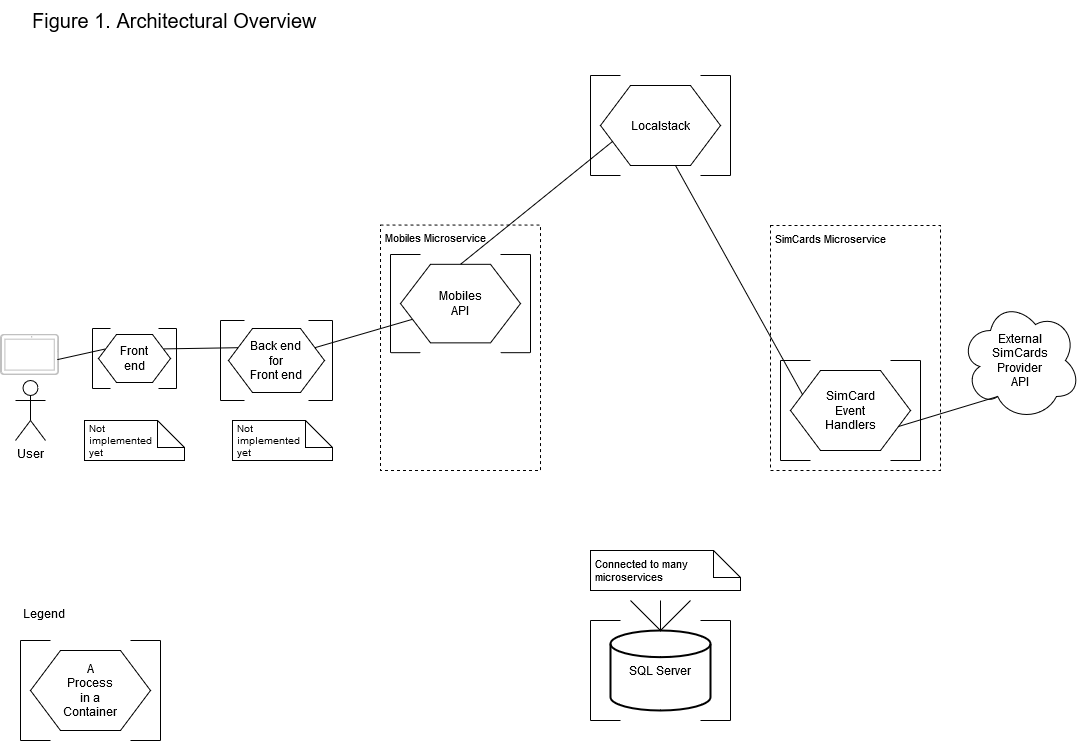
The draw.io diagram docs/MobileMsSampleDiagram1.png in JonQuxBurton/MobileMicroservicesSample, before a commit. Source tidied: cells renumbered, new cells last; positions are measured from the earlier drawing's top-left corner, leaving out a move shared by most shapes.
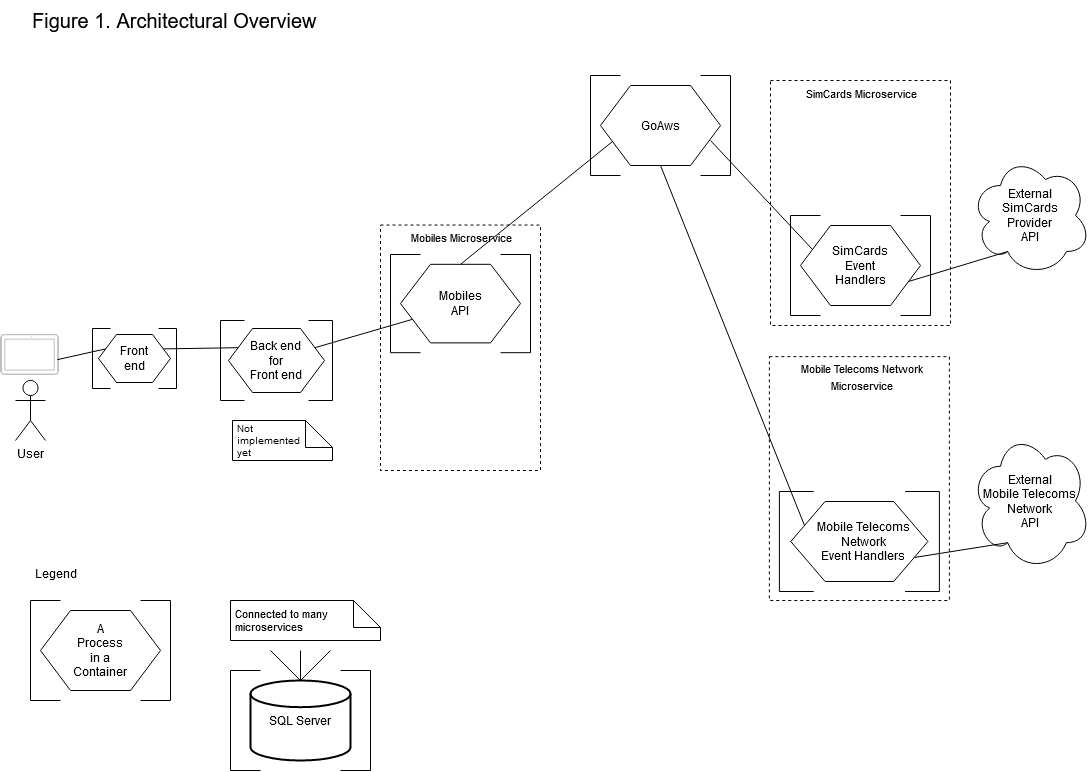
The same file after the commit.

Commit message:
Update arch diagrams

The edit, as a diff of the source:
```diff
@@ -98,7 +98,7 @@
     <mxCell id="21" value="&lt;div&gt;Mobiles&lt;/div&gt;&lt;div&gt; API&lt;/div&gt;" style="text;html=1;strokeColor=none;fillColor=none;align=center;verticalAlign=middle;whiteSpace=wrap;rounded=0;" parent="12" vertex="1">
       <mxGeometry x="50" y="34.4" width="40" height="29.5" as="geometry" />
     </mxCell>
-    <mxCell id="22" value="&lt;font style=&quot;font-size: 11px&quot;&gt;Mobiles Microservice&lt;/font&gt;" style="text;html=1;strokeColor=none;fillColor=none;align=left;verticalAlign=middle;whiteSpace=wrap;rounded=0;dashed=1;fontSize=20;spacingLeft=3;" parent="12" vertex="1">
+    <mxCell id="22" value="&lt;div align=&quot;center&quot;&gt;&lt;font style=&quot;font-size: 11px&quot;&gt;Mobiles Microservice&lt;/font&gt;&lt;/div&gt;" style="text;html=1;strokeColor=none;fillColor=none;align=center;verticalAlign=middle;whiteSpace=wrap;rounded=0;dashed=1;fontSize=20;spacingLeft=3;" parent="12" vertex="1">
       <mxGeometry x="-10" y="-29.5" width="160" height="19.6" as="geometry" />
     </mxCell>
     <mxCell id="23" style="group;" parent="1" vertex="1">
@@ -143,11 +143,11 @@
         <mxPoint x="140" as="targetPoint" />
       </mxGeometry>
     </mxCell>
-    <mxCell id="31" value="Localstack" style="text;html=1;strokeColor=none;fillColor=none;align=center;verticalAlign=middle;whiteSpace=wrap;rounded=0;" parent="23" vertex="1">
+    <mxCell id="31" value="GoAws" style="text;html=1;strokeColor=none;fillColor=none;align=center;verticalAlign=middle;whiteSpace=wrap;rounded=0;" parent="23" vertex="1">
       <mxGeometry x="50" y="35" width="40" height="30" as="geometry" />
     </mxCell>
     <mxCell id="32" style="group;" parent="1" vertex="1">
-      <mxGeometry x="20" y="640" width="140" height="100" as="geometry" />
+      <mxGeometry x="30" y="600" width="140" height="100" as="geometry" />
     </mxCell>
     <mxCell id="33" style="shape=hexagon;perimeter=hexagonPerimeter2;whiteSpace=wrap;html=1;" parent="32" vertex="1">
       <mxGeometry x="10" y="10" width="120" height="80" as="geometry" />
@@ -192,16 +192,16 @@
       <mxGeometry x="50" y="35" width="40" height="30" as="geometry" />
     </mxCell>
     <mxCell id="41" style="group;fontSize=11;" parent="1" vertex="1">
-      <mxGeometry x="780" y="254" width="160" height="216" as="geometry" />
+      <mxGeometry x="780" y="109" width="170" height="216" as="geometry" />
     </mxCell>
     <mxCell id="42" style="rounded=0;whiteSpace=wrap;html=1;fontSize=20;align=left;dashed=1;" parent="41" vertex="1">
-      <mxGeometry x="-10" y="-29" width="170" height="245" as="geometry" />
+      <mxGeometry x="-10" y="-29" width="180" height="245" as="geometry" />
     </mxCell>
-    <mxCell id="43" value="&lt;font style=&quot;font-size: 11px&quot;&gt;SimCards Microservice&lt;/font&gt;" style="text;html=1;strokeColor=none;fillColor=none;align=left;verticalAlign=middle;whiteSpace=wrap;rounded=0;dashed=1;fontSize=20;spacingLeft=3;" parent="41" vertex="1">
-      <mxGeometry x="-10" y="-29" width="170" height="20" as="geometry" />
+    <mxCell id="43" value="&lt;div align=&quot;center&quot;&gt;&lt;font style=&quot;font-size: 11px&quot;&gt;SimCards Microservice&lt;/font&gt;&lt;/div&gt;" style="text;html=1;strokeColor=none;fillColor=none;align=center;verticalAlign=middle;whiteSpace=wrap;rounded=0;dashed=1;fontSize=20;spacingLeft=3;" parent="41" vertex="1">
+      <mxGeometry x="-10.6" y="-29" width="180.6" height="20" as="geometry" />
     </mxCell>
     <mxCell id="44" style="group;" parent="1" vertex="1">
-      <mxGeometry x="780" y="360" width="140" height="100" as="geometry" />
+      <mxGeometry x="790" y="215" width="140" height="100" as="geometry" />
     </mxCell>
     <mxCell id="45" style="shape=hexagon;perimeter=hexagonPerimeter2;whiteSpace=wrap;html=1;" parent="44" vertex="1">
       <mxGeometry x="10" y="10" width="120" height="80" as="geometry" />
@@ -242,11 +242,11 @@
         <mxPoint x="140" as="targetPoint" />
       </mxGeometry>
     </mxCell>
-    <mxCell id="52" value="&lt;div&gt;SimCard Event Handlers&lt;/div&gt;" style="text;html=1;strokeColor=none;fillColor=none;align=center;verticalAlign=middle;whiteSpace=wrap;rounded=0;" parent="44" vertex="1">
+    <mxCell id="52" value="&lt;div&gt;SimCards Event Handlers&lt;/div&gt;" style="text;html=1;strokeColor=none;fillColor=none;align=center;verticalAlign=middle;whiteSpace=wrap;rounded=0;" parent="44" vertex="1">
       <mxGeometry x="50" y="35" width="40" height="30" as="geometry" />
     </mxCell>
     <mxCell id="53" value="&lt;div align=&quot;center&quot;&gt;External&lt;br&gt;&lt;/div&gt;&lt;div align=&quot;center&quot;&gt;SimCards&lt;br&gt;&lt;/div&gt;&lt;div align=&quot;center&quot;&gt;Provider &lt;br&gt;&lt;/div&gt;&lt;div align=&quot;center&quot;&gt;API&lt;/div&gt;" style="ellipse;shape=cloud;whiteSpace=wrap;html=1;align=center;" parent="1" vertex="1">
-      <mxGeometry x="960" y="300" width="120" height="120" as="geometry" />
+      <mxGeometry x="970" y="155" width="120" height="120" as="geometry" />
     </mxCell>
     <mxCell id="54" style="group;" parent="1" vertex="1">
       <mxGeometry x="92" y="328" width="92" height="84" as="geometry" />
@@ -314,20 +314,19 @@
     <mxCell id="69" style="endArrow=none;html=1;fontSize=20;entryX=0;entryY=0.75;exitX=0.5;exitY=0;" parent="1" edge="1" source="14" target="24">
       <mxGeometry relative="1" as="geometry" />
     </mxCell>
-    <mxCell id="70" style="endArrow=none;html=1;fontSize=20;exitX=0;exitY=0.25;entryX=0.625;entryY=1;" parent="1" edge="1" source="45" target="24">
-      <mxGeometry relative="1" as="geometry" />
+    <mxCell id="70" style="endArrow=none;html=1;fontSize=20;exitX=0;exitY=0.25;" parent="1" edge="1" source="45">
+      <mxGeometry relative="1" as="geometry">
+        <mxPoint x="710" y="140" as="targetPoint" />
+      </mxGeometry>
     </mxCell>
     <mxCell id="71" style="endArrow=none;html=1;fontSize=20;exitX=1;exitY=0.75;entryX=0.31;entryY=0.8;entryPerimeter=0;" parent="1" edge="1" source="45" target="53">
       <mxGeometry relative="1" as="geometry" />
     </mxCell>
-    <mxCell id="72" value="&lt;div style=&quot;font-size: 10px&quot; align=&quot;left&quot;&gt;&lt;font style=&quot;font-size: 10px&quot;&gt;Not &lt;br&gt;&lt;/font&gt;&lt;/div&gt;&lt;div style=&quot;font-size: 10px&quot; align=&quot;left&quot;&gt;&lt;font style=&quot;font-size: 10px&quot;&gt;implemented&lt;/font&gt;&lt;/div&gt;&lt;div style=&quot;font-size: 10px&quot; align=&quot;left&quot;&gt;&lt;font style=&quot;font-size: 10px&quot;&gt;yet&lt;br&gt;&lt;/font&gt;&lt;/div&gt;" style="shape=note;whiteSpace=wrap;html=1;backgroundOutline=1;fontSize=11;size=27;labelPosition=center;verticalLabelPosition=middle;align=left;verticalAlign=middle;spacingLeft=3;" parent="1" vertex="1">
-      <mxGeometry x="84" y="420" width="100" height="40" as="geometry" />
-    </mxCell>
     <mxCell id="73" value="Connected to many microservices" style="shape=note;whiteSpace=wrap;html=1;backgroundOutline=1;fontSize=11;size=27;labelPosition=center;verticalLabelPosition=middle;align=left;verticalAlign=middle;spacingLeft=3;" parent="1" vertex="1">
-      <mxGeometry x="590" y="550" width="150" height="40" as="geometry" />
+      <mxGeometry x="230" y="600" width="150" height="40" as="geometry" />
     </mxCell>
     <mxCell id="74" style="group;" parent="1" vertex="1">
-      <mxGeometry x="590" y="620" width="140" height="100" as="geometry" />
+      <mxGeometry x="230" y="670" width="140" height="100" as="geometry" />
     </mxCell>
     <mxCell id="75" value="SQL Server" style="strokeWidth=2;html=1;shape=mxgraph.flowchart.database;whiteSpace=wrap;" parent="74" vertex="1">
       <mxGeometry x="20" y="10" width="100" height="80" as="geometry" />
@@ -370,21 +369,84 @@
     </mxCell>
     <mxCell id="82" style="endArrow=none;html=1;fontSize=20;exitX=0.5;exitY=0;exitPerimeter=0;" parent="1" edge="1" source="75">
       <mxGeometry relative="1" as="geometry">
-        <mxPoint x="630" y="600" as="targetPoint" />
+        <mxPoint x="270" y="650" as="targetPoint" />
       </mxGeometry>
     </mxCell>
     <mxCell id="83" style="endArrow=none;html=1;fontSize=20;exitX=0.5;exitY=0;exitPerimeter=0;" parent="1" edge="1" source="75">
       <mxGeometry relative="1" as="geometry">
-        <mxPoint x="690" y="600" as="targetPoint" />
+        <mxPoint x="330" y="650" as="targetPoint" />
       </mxGeometry>
     </mxCell>
     <mxCell id="84" style="endArrow=none;html=1;fontSize=20;exitX=0.5;exitY=0;exitPerimeter=0;" parent="1" edge="1" source="75">
       <mxGeometry relative="1" as="geometry">
-        <mxPoint x="660" y="600" as="targetPoint" />
+        <mxPoint x="300" y="650" as="targetPoint" />
       </mxGeometry>
     </mxCell>
     <mxCell id="85" value="&lt;font style=&quot;font-size: 12px&quot;&gt;Legend&lt;/font&gt;" style="text;html=1;strokeColor=none;fillColor=none;align=left;verticalAlign=middle;whiteSpace=wrap;rounded=0;dashed=1;fontSize=20;spacingLeft=3;" parent="1" vertex="1">
-      <mxGeometry x="18" y="600" width="142" height="20" as="geometry" />
+      <mxGeometry x="30" y="560" width="142" height="20" as="geometry" />
     </mxCell>
+    <mxCell id="86" style="group;fontSize=11;" parent="1" vertex="1">
+      <mxGeometry x="768.9" y="385" width="180" height="215" as="geometry" />
+    </mxCell>
+    <mxCell id="87" style="rounded=0;whiteSpace=wrap;html=1;fontSize=20;align=left;dashed=1;" parent="86" vertex="1">
+      <mxGeometry y="-28.9" width="180" height="243.9" as="geometry" />
+    </mxCell>
+    <mxCell id="88" style="group;" parent="1" vertex="1">
+      <mxGeometry x="778.9" y="491" width="160" height="100" as="geometry" />
+    </mxCell>
+    <mxCell id="89" style="shape=hexagon;perimeter=hexagonPerimeter2;whiteSpace=wrap;html=1;" parent="88" vertex="1">
+      <mxGeometry x="11.4" y="10" width="137.1" height="80" as="geometry" />
+    </mxCell>
+    <mxCell id="90" style="endArrow=none;html=1;" parent="88" edge="1">
+      <mxGeometry relative="1" as="geometry">
+        <mxPoint y="100" as="sourcePoint" />
+        <mxPoint as="targetPoint" />
+      </mxGeometry>
+    </mxCell>
+    <mxCell id="91" style="endArrow=none;html=1;" parent="88" edge="1">
+      <mxGeometry relative="1" as="geometry">
+        <mxPoint y="100" as="sourcePoint" />
+        <mxPoint x="34.3" y="100" as="targetPoint" />
+      </mxGeometry>
+    </mxCell>
+    <mxCell id="92" style="endArrow=none;html=1;" parent="88" edge="1">
+      <mxGeometry relative="1" as="geometry">
+        <mxPoint as="sourcePoint" />
+        <mxPoint x="34.3" as="targetPoint" />
+      </mxGeometry>
+    </mxCell>
+    <mxCell id="93" style="endArrow=none;html=1;" parent="88" edge="1">
+      <mxGeometry relative="1" as="geometry">
+        <mxPoint x="160" y="100" as="sourcePoint" />
+        <mxPoint x="160" as="targetPoint" />
+      </mxGeometry>
+    </mxCell>
+    <mxCell id="94" style="endArrow=none;html=1;" parent="88" edge="1">
+      <mxGeometry relative="1" as="geometry">
+        <mxPoint x="125.7" y="100" as="sourcePoint" />
+        <mxPoint x="160" y="100" as="targetPoint" />
+      </mxGeometry>
+    </mxCell>
+    <mxCell id="95" style="endArrow=none;html=1;" parent="88" edge="1">
+      <mxGeometry relative="1" as="geometry">
+        <mxPoint x="125.7" as="sourcePoint" />
+        <mxPoint x="160" as="targetPoint" />
+      </mxGeometry>
+    </mxCell>
+    <mxCell id="96" value="&lt;div&gt;Mobile Telecoms Network&lt;/div&gt;&lt;div&gt; Event Handlers&lt;/div&gt;" style="text;html=1;strokeColor=none;fillColor=none;align=center;verticalAlign=middle;whiteSpace=wrap;rounded=0;" parent="88" vertex="1">
+      <mxGeometry x="35.6" y="10" width="97.8" height="80" as="geometry" />
+    </mxCell>
+    <mxCell id="97" value="&lt;div align=&quot;center&quot;&gt;External&lt;br&gt;&lt;/div&gt;&lt;div align=&quot;center&quot;&gt;Mobile Telecoms&lt;br&gt;&lt;/div&gt;&lt;div align=&quot;center&quot;&gt;Network&lt;br&gt;&lt;/div&gt;&lt;div align=&quot;center&quot;&gt;API&lt;/div&gt;" style="ellipse;shape=cloud;whiteSpace=wrap;html=1;align=center;" parent="1" vertex="1">
+      <mxGeometry x="970" y="431" width="120" height="139" as="geometry" />
+    </mxCell>
+    <mxCell id="98" style="endArrow=none;html=1;fontSize=20;exitX=1;exitY=0.75;entryX=0.31;entryY=0.8;entryPerimeter=0;" parent="1" edge="1" source="89" target="97">
+      <mxGeometry relative="1" as="geometry" />
+    </mxCell>
+    <mxCell id="99" style="endArrow=none;html=1;exitX=0.5;exitY=1;exitDx=0;exitDy=0;entryX=0;entryY=0.25;entryDx=0;entryDy=0;" parent="1" edge="1" source="24" target="89">
+      <mxGeometry relative="1" as="geometry" />
+    </mxCell>
+    <mxCell id="100" value="&lt;p style=&quot;line-height: 80%&quot; align=&quot;center&quot;&gt;&lt;font style=&quot;font-size: 11px ; line-height: 100%&quot;&gt;Mobile Telecoms Network Microservice&lt;/font&gt;&lt;/p&gt;" style="text;html=1;strokeColor=none;fillColor=none;align=center;verticalAlign=middle;whiteSpace=wrap;rounded=0;dashed=1;fontSize=20;spacingLeft=3;" parent="1" vertex="1">
+      <mxGeometry x="768.9" y="360" width="182.2" height="28.9" as="geometry" />
+    </mxCell>
   </root>
 </mxGraphModel>
```
